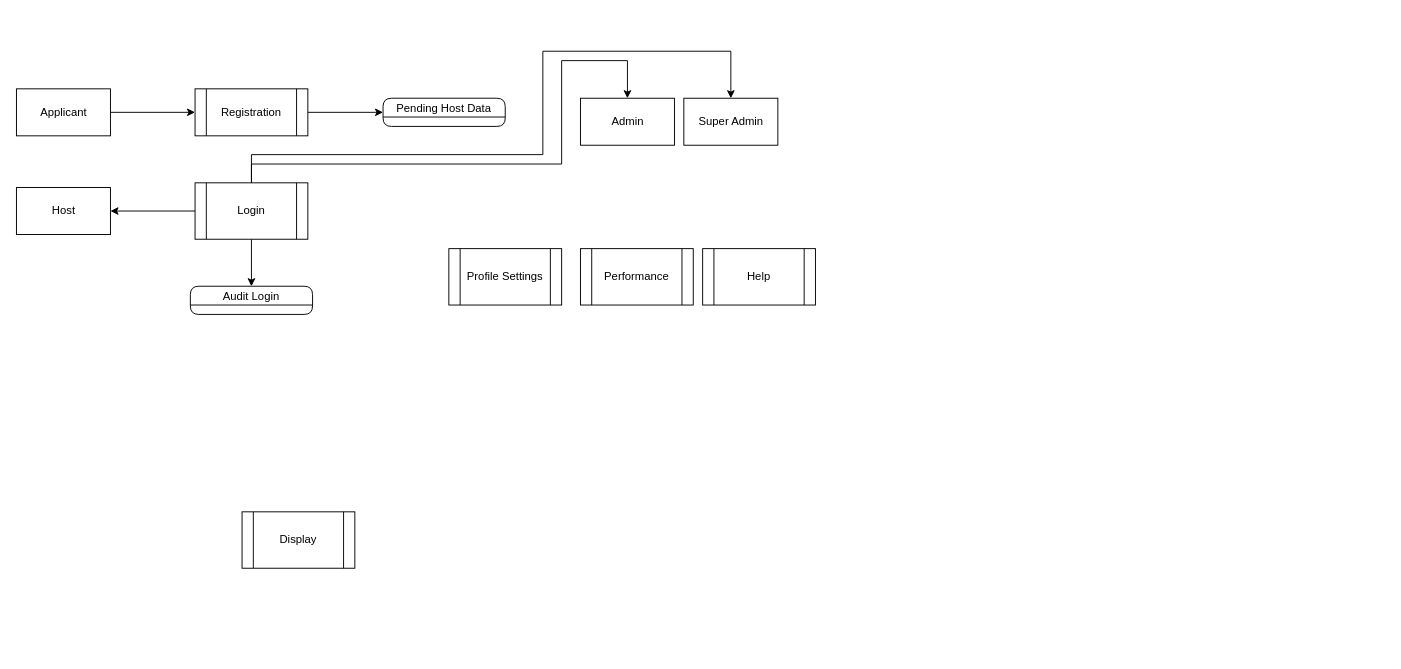
Earlier version of the draw.io diagram RevisedDiagram.drawio (kathmrcdo/tiktoknation). Source tidied: cells renumbered, new cells numbered last; positions are measured from the earlier drawing's top-left corner, leaving out a move shared by most shapes. Both pictures are drawn from the tidied source at 94%, with x=0, y=0 at pixel (16, 51).
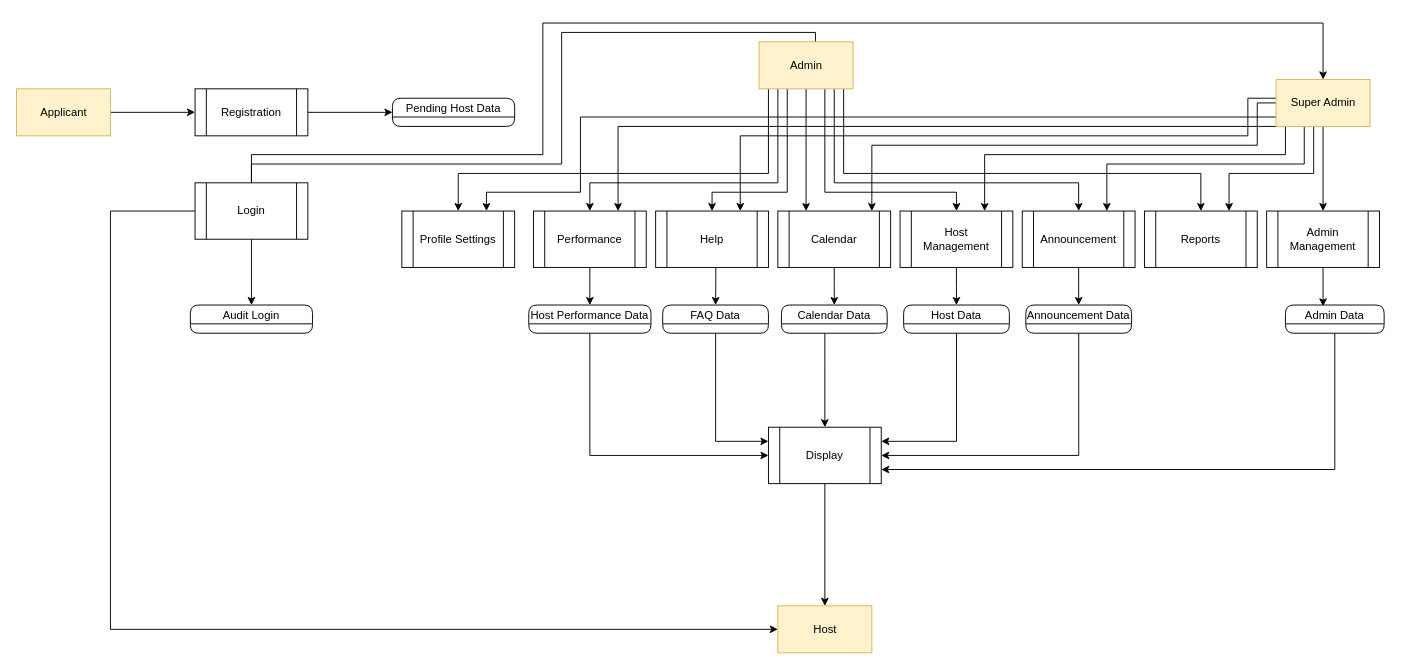
The same diagram, later.

Unchanged cells that the change refers to:
```xml
<mxCell id="4" value="Registration" style="shape=process;whiteSpace=wrap;html=1;backgroundOutline=1;" parent="1" vertex="1">
  <mxGeometry x="190" y="40" width="120" height="50" as="geometry" />
</mxCell>
<mxCell id="9" value="Login " style="shape=process;whiteSpace=wrap;html=1;backgroundOutline=1;" parent="1" vertex="1">
  <mxGeometry x="190" y="140" width="120" height="60" as="geometry" />
</mxCell>
```

The edit, as a diff of the source:
```diff
@@
+    <mxCell id="20" style="edgeStyle=orthogonalEdgeStyle;rounded=0;jettySize=auto;html=1;entryX=0.5;entryY=0;entryDx=0;entryDy=0;" parent="1" edge="1" source="2" target="15">
+      <mxGeometry relative="1" as="geometry" />
+    </mxCell>
     <mxCell id="2" value="Display" style="shape=process;whiteSpace=wrap;html=1;backgroundOutline=1;" parent="1" vertex="1">
-      <mxGeometry x="240" y="490" width="120" height="60" as="geometry" />
+      <mxGeometry x="800" y="400" width="120" height="60" as="geometry" />
     </mxCell>
-    <mxCell id="3" style="edgeStyle=orthogonalEdgeStyle;rounded=0;jettySize=auto;html=1;" parent="1" edge="1" source="4" target="10">
-      <mxGeometry relative="1" as="geometry" />
-    </mxCell>
+    <mxCell id="21" style="edgeStyle=orthogonalEdgeStyle;rounded=0;jettySize=auto;html=1;entryX=0;entryY=0.5;entryDx=0;entryDy=0;" parent="1" edge="1" source="4" target="49">
+      <mxGeometry relative="1" as="geometry" />
+    </mxCell>
@@
     <mxCell id="5" style="edgeStyle=orthogonalEdgeStyle;rounded=0;jettySize=auto;html=1;" parent="1" edge="1" source="9" target="15">
-      <mxGeometry relative="1" as="geometry" />
+      <mxGeometry relative="1" as="geometry">
+        <Array as="points">
+          <mxPoint x="100" y="170" />
+          <mxPoint x="100" y="615" />
+        </Array>
+      </mxGeometry>
     </mxCell>
@@
     <mxCell id="7" style="edgeStyle=orthogonalEdgeStyle;rounded=0;jettySize=auto;html=1;entryX=0.5;entryY=0;entryDx=0;entryDy=0;" parent="1" edge="1" source="9" target="13">
       <mxGeometry relative="1" as="geometry">
         <Array as="points">
           <mxPoint x="250" y="120" />
           <mxPoint x="580" y="120" />
-          <mxPoint x="580" y="10" />
-          <mxPoint x="650" y="10" />
+          <mxPoint x="580" y="-20" />
+          <mxPoint x="850" y="-20" />
+          <mxPoint x="850" y="20" />
         </Array>
       </mxGeometry>
     </mxCell>
     <mxCell id="8" style="edgeStyle=orthogonalEdgeStyle;rounded=0;jettySize=auto;html=1;entryX=0.5;entryY=0;entryDx=0;entryDy=0;" parent="1" edge="1" source="9" target="14">
       <mxGeometry relative="1" as="geometry">
         <Array as="points">
           <mxPoint x="250" y="110" />
           <mxPoint x="560" y="110" />
-          <mxPoint x="560" />
-          <mxPoint x="760" />
+          <mxPoint x="560" y="-30" />
+          <mxPoint x="1390" y="-30" />
         </Array>
       </mxGeometry>
     </mxCell>
@@
+    <mxCell id="22" style="edgeStyle=orthogonalEdgeStyle;rounded=0;jettySize=auto;html=1;entryX=0;entryY=0.5;entryDx=0;entryDy=0;" parent="1" edge="1" source="10" target="2">
+      <mxGeometry relative="1" as="geometry">
+        <Array as="points">
+          <mxPoint x="610" y="430" />
+        </Array>
+      </mxGeometry>
+    </mxCell>
-    <mxCell id="10" value="Pending Host Data" style="swimlane;fontStyle=0;horizontal=1;startSize=20;fillColor=#ffffff;swimlaneFillColor=#ffffff;rounded=1;" parent="1" vertex="1">
-      <mxGeometry x="390" y="50" width="130" height="30" as="geometry" />
+    <mxCell id="10" value="Host Performance Data" style="swimlane;fontStyle=0;horizontal=1;startSize=20;fillColor=#ffffff;swimlaneFillColor=#ffffff;rounded=1;" parent="1" vertex="1">
+      <mxGeometry x="545" y="270" width="130" height="30" as="geometry" />
     </mxCell>
@@
-    <mxCell id="12" value="Applicant" style="html=1;dashed=0;whitespace=wrap;rounded=0;" parent="1" vertex="1">
+    <mxCell id="12" value="Applicant" style="html=1;dashed=0;whitespace=wrap;rounded=0;fillColor=#fff2cc;strokeColor=#d6b656;" parent="1" vertex="1">
       <mxGeometry y="40" width="100" height="50" as="geometry" />
     </mxCell>
+    <mxCell id="23" style="edgeStyle=orthogonalEdgeStyle;rounded=0;jettySize=auto;html=1;" parent="1" edge="1" source="13" target="17">
+      <mxGeometry relative="1" as="geometry">
+        <Array as="points">
+          <mxPoint x="800" y="130" />
+          <mxPoint x="470" y="130" />
+        </Array>
+      </mxGeometry>
+    </mxCell>
+    <mxCell id="24" style="edgeStyle=orthogonalEdgeStyle;rounded=0;jettySize=auto;html=1;" parent="1" edge="1" source="13" target="18">
+      <mxGeometry relative="1" as="geometry">
+        <Array as="points">
+          <mxPoint x="810" y="140" />
+          <mxPoint x="610" y="140" />
+        </Array>
+      </mxGeometry>
+    </mxCell>
+    <mxCell id="25" style="edgeStyle=orthogonalEdgeStyle;rounded=0;jettySize=auto;html=1;" parent="1" edge="1" source="13" target="19">
+      <mxGeometry relative="1" as="geometry">
+        <Array as="points">
+          <mxPoint x="820" y="150" />
+          <mxPoint x="740" y="150" />
+        </Array>
+      </mxGeometry>
+    </mxCell>
+    <mxCell id="26" style="edgeStyle=orthogonalEdgeStyle;rounded=0;jettySize=auto;html=1;entryX=0.25;entryY=0;entryDx=0;entryDy=0;" parent="1" edge="1" source="13" target="41">
+      <mxGeometry relative="1" as="geometry" />
+    </mxCell>
+    <mxCell id="27" style="edgeStyle=orthogonalEdgeStyle;rounded=0;jettySize=auto;html=1;entryX=0.5;entryY=0;entryDx=0;entryDy=0;" parent="1" edge="1" source="13" target="43">
+      <mxGeometry relative="1" as="geometry">
+        <Array as="points">
+          <mxPoint x="860" y="150" />
+          <mxPoint x="1000" y="150" />
+        </Array>
+      </mxGeometry>
+    </mxCell>
+    <mxCell id="28" style="edgeStyle=orthogonalEdgeStyle;rounded=0;jettySize=auto;html=1;" parent="1" edge="1" source="13" target="45">
+      <mxGeometry relative="1" as="geometry">
+        <Array as="points">
+          <mxPoint x="870" y="140" />
+          <mxPoint x="1130" y="140" />
+        </Array>
+      </mxGeometry>
+    </mxCell>
+    <mxCell id="29" style="edgeStyle=orthogonalEdgeStyle;rounded=0;jettySize=auto;html=1;" parent="1" edge="1" source="13" target="46">
+      <mxGeometry relative="1" as="geometry">
+        <Array as="points">
+          <mxPoint x="880" y="130" />
+          <mxPoint x="1260" y="130" />
+        </Array>
+      </mxGeometry>
+    </mxCell>
-    <mxCell id="13" value="Admin" style="html=1;dashed=0;whitespace=wrap;rounded=0;" parent="1" vertex="1">
-      <mxGeometry x="600" y="50" width="100" height="50" as="geometry" />
+    <mxCell id="13" value="Admin" style="html=1;dashed=0;whitespace=wrap;rounded=0;fillColor=#fff2cc;strokeColor=#d6b656;" parent="1" vertex="1">
+      <mxGeometry x="790" y="-10" width="100" height="50" as="geometry" />
     </mxCell>
+    <mxCell id="30" style="edgeStyle=orthogonalEdgeStyle;rounded=0;jettySize=auto;html=1;entryX=0.5;entryY=0;entryDx=0;entryDy=0;" parent="1" edge="1" source="14" target="48">
+      <mxGeometry relative="1" as="geometry" />
+    </mxCell>
+    <mxCell id="31" style="edgeStyle=orthogonalEdgeStyle;rounded=0;jettySize=auto;html=1;entryX=0.75;entryY=0;entryDx=0;entryDy=0;" parent="1" edge="1" source="14" target="46">
+      <mxGeometry relative="1" as="geometry">
+        <Array as="points">
+          <mxPoint x="1380" y="130" />
+          <mxPoint x="1290" y="130" />
+        </Array>
+      </mxGeometry>
+    </mxCell>
+    <mxCell id="32" style="edgeStyle=orthogonalEdgeStyle;rounded=0;jettySize=auto;html=1;entryX=0.75;entryY=0;entryDx=0;entryDy=0;" parent="1" edge="1" source="14" target="45">
+      <mxGeometry relative="1" as="geometry">
+        <Array as="points">
+          <mxPoint x="1370" y="120" />
+          <mxPoint x="1160" y="120" />
+        </Array>
+      </mxGeometry>
+    </mxCell>
+    <mxCell id="33" style="edgeStyle=orthogonalEdgeStyle;rounded=0;jettySize=auto;html=1;entryX=0.75;entryY=0;entryDx=0;entryDy=0;" parent="1" edge="1" source="14" target="43">
+      <mxGeometry relative="1" as="geometry">
+        <Array as="points">
+          <mxPoint x="1350" y="110" />
+          <mxPoint x="1030" y="110" />
+        </Array>
+      </mxGeometry>
+    </mxCell>
+    <mxCell id="34" style="edgeStyle=orthogonalEdgeStyle;rounded=0;jettySize=auto;html=1;" parent="1" edge="1" source="14" target="41">
+      <mxGeometry relative="1" as="geometry">
+        <Array as="points">
+          <mxPoint x="1320" y="55" />
+          <mxPoint x="1320" y="100" />
+          <mxPoint x="910" y="100" />
+        </Array>
+      </mxGeometry>
+    </mxCell>
+    <mxCell id="35" style="edgeStyle=orthogonalEdgeStyle;rounded=0;jettySize=auto;html=1;entryX=0.75;entryY=0;entryDx=0;entryDy=0;" parent="1" edge="1" source="14" target="19">
+      <mxGeometry relative="1" as="geometry">
+        <Array as="points">
+          <mxPoint x="1310" y="50" />
+          <mxPoint x="1310" y="90" />
+          <mxPoint x="770" y="90" />
+        </Array>
+      </mxGeometry>
+    </mxCell>
+    <mxCell id="36" style="edgeStyle=orthogonalEdgeStyle;rounded=0;jettySize=auto;html=1;entryX=0.75;entryY=0;entryDx=0;entryDy=0;" parent="1" edge="1" source="14" target="18">
+      <mxGeometry relative="1" as="geometry">
+        <Array as="points">
+          <mxPoint x="640" y="80" />
+        </Array>
+      </mxGeometry>
+    </mxCell>
+    <mxCell id="37" style="edgeStyle=orthogonalEdgeStyle;rounded=0;jettySize=auto;html=1;entryX=0.75;entryY=0;entryDx=0;entryDy=0;" parent="1" edge="1" source="14" target="17">
+      <mxGeometry relative="1" as="geometry">
+        <Array as="points">
+          <mxPoint x="600" y="70" />
+          <mxPoint x="600" y="150" />
+          <mxPoint x="500" y="150" />
+        </Array>
+      </mxGeometry>
+    </mxCell>
-    <mxCell id="14" value="Super Admin" style="html=1;dashed=0;whitespace=wrap;rounded=0;" parent="1" vertex="1">
-      <mxGeometry x="710" y="50" width="100" height="50" as="geometry" />
+    <mxCell id="14" value="Super Admin" style="html=1;dashed=0;whitespace=wrap;rounded=0;fillColor=#fff2cc;strokeColor=#d6b656;" parent="1" vertex="1">
+      <mxGeometry x="1340" y="30" width="100" height="50" as="geometry" />
     </mxCell>
-    <mxCell id="15" value="Host" style="html=1;dashed=0;whitespace=wrap;rounded=0;" parent="1" vertex="1">
-      <mxGeometry y="145" width="100" height="50" as="geometry" />
+    <mxCell id="15" value="Host" style="html=1;dashed=0;whitespace=wrap;rounded=0;fillColor=#fff2cc;strokeColor=#d6b656;" parent="1" vertex="1">
+      <mxGeometry x="810" y="590" width="100" height="50" as="geometry" />
     </mxCell>
     <mxCell id="16" value="Audit Login" style="swimlane;fontStyle=0;horizontal=1;startSize=20;fillColor=#ffffff;swimlaneFillColor=#ffffff;rounded=1;" parent="1" vertex="1">
-      <mxGeometry x="185" y="250" width="130" height="30" as="geometry" />
+      <mxGeometry x="185" y="270" width="130" height="30" as="geometry" />
     </mxCell>
     <mxCell id="17" value="Profile Settings" style="shape=process;whiteSpace=wrap;html=1;backgroundOutline=1;" parent="1" vertex="1">
-      <mxGeometry x="460" y="210" width="120" height="60" as="geometry" />
+      <mxGeometry x="410" y="170" width="120" height="60" as="geometry" />
     </mxCell>
+    <mxCell id="38" style="edgeStyle=orthogonalEdgeStyle;rounded=0;jettySize=auto;html=1;entryX=0.5;entryY=0;entryDx=0;entryDy=0;" parent="1" edge="1" source="18" target="10">
+      <mxGeometry relative="1" as="geometry" />
+    </mxCell>
     <mxCell id="18" value="Performance" style="shape=process;whiteSpace=wrap;html=1;backgroundOutline=1;" parent="1" vertex="1">
-      <mxGeometry x="600" y="210" width="120" height="60" as="geometry" />
+      <mxGeometry x="550" y="170" width="120" height="60" as="geometry" />
     </mxCell>
+    <mxCell id="39" style="edgeStyle=orthogonalEdgeStyle;rounded=0;jettySize=auto;html=1;entryX=0.5;entryY=0;entryDx=0;entryDy=0;" parent="1" edge="1" source="19" target="57">
+      <mxGeometry relative="1" as="geometry">
+        <Array as="points">
+          <mxPoint x="744" y="250" />
+          <mxPoint x="744" y="250" />
+        </Array>
+      </mxGeometry>
+    </mxCell>
     <mxCell id="19" value="Help" style="shape=process;whiteSpace=wrap;html=1;backgroundOutline=1;" parent="1" vertex="1">
-      <mxGeometry x="730" y="210" width="120" height="60" as="geometry" />
+      <mxGeometry x="680" y="170" width="120" height="60" as="geometry" />
     </mxCell>
+    <mxCell id="40" style="edgeStyle=orthogonalEdgeStyle;rounded=0;jettySize=auto;html=1;entryX=0.5;entryY=0;entryDx=0;entryDy=0;" parent="1" edge="1" source="41" target="59">
+      <mxGeometry relative="1" as="geometry" />
+    </mxCell>
+    <mxCell id="41" value="Calendar" style="shape=process;whiteSpace=wrap;html=1;backgroundOutline=1;" parent="1" vertex="1">
+      <mxGeometry x="810" y="170" width="120" height="60" as="geometry" />
+    </mxCell>
+    <mxCell id="42" style="edgeStyle=orthogonalEdgeStyle;rounded=0;jettySize=auto;html=1;entryX=0.5;entryY=0;entryDx=0;entryDy=0;" parent="1" edge="1" source="43" target="55">
+      <mxGeometry relative="1" as="geometry" />
+    </mxCell>
+    <mxCell id="43" value="Host Management" style="shape=process;whiteSpace=wrap;html=1;backgroundOutline=1;" parent="1" vertex="1">
+      <mxGeometry x="940" y="170" width="120" height="60" as="geometry" />
+    </mxCell>
+    <mxCell id="44" style="edgeStyle=orthogonalEdgeStyle;rounded=0;jettySize=auto;html=1;entryX=0.5;entryY=0;entryDx=0;entryDy=0;" parent="1" edge="1" source="45" target="53">
+      <mxGeometry relative="1" as="geometry" />
+    </mxCell>
+    <mxCell id="45" value="Announcement" style="shape=process;whiteSpace=wrap;html=1;backgroundOutline=1;" parent="1" vertex="1">
+      <mxGeometry x="1070" y="170" width="120" height="60" as="geometry" />
+    </mxCell>
+    <mxCell id="46" value="Reports" style="shape=process;whiteSpace=wrap;html=1;backgroundOutline=1;" parent="1" vertex="1">
+      <mxGeometry x="1200" y="170" width="120" height="60" as="geometry" />
+    </mxCell>
+    <mxCell id="47" style="edgeStyle=orthogonalEdgeStyle;rounded=0;jettySize=auto;html=1;entryX=0.381;entryY=0.047;entryDx=0;entryDy=0;entryPerimeter=0;" parent="1" edge="1" source="48" target="51">
+      <mxGeometry relative="1" as="geometry" />
+    </mxCell>
+    <mxCell id="48" value="Admin Management" style="shape=process;whiteSpace=wrap;html=1;backgroundOutline=1;" parent="1" vertex="1">
+      <mxGeometry x="1330" y="170" width="120" height="60" as="geometry" />
+    </mxCell>
+    <mxCell id="49" value="Pending Host Data" style="swimlane;fontStyle=0;horizontal=1;startSize=20;fillColor=#ffffff;swimlaneFillColor=#ffffff;rounded=1;" parent="1" vertex="1">
+      <mxGeometry x="400" y="50" width="130" height="30" as="geometry" />
+    </mxCell>
+    <mxCell id="50" style="edgeStyle=orthogonalEdgeStyle;rounded=0;jettySize=auto;html=1;entryX=1;entryY=0.75;entryDx=0;entryDy=0;" parent="1" edge="1" source="51" target="2">
+      <mxGeometry relative="1" as="geometry">
+        <Array as="points">
+          <mxPoint x="1403" y="445" />
+        </Array>
+      </mxGeometry>
+    </mxCell>
+    <mxCell id="51" value="Admin Data" style="swimlane;fontStyle=0;horizontal=1;startSize=20;fillColor=#ffffff;swimlaneFillColor=#ffffff;rounded=1;" parent="1" vertex="1">
+      <mxGeometry x="1350" y="270" width="105" height="30" as="geometry" />
+    </mxCell>
+    <mxCell id="52" style="edgeStyle=orthogonalEdgeStyle;rounded=0;jettySize=auto;html=1;entryX=1;entryY=0.5;entryDx=0;entryDy=0;" parent="1" edge="1" source="53" target="2">
+      <mxGeometry relative="1" as="geometry">
+        <Array as="points">
+          <mxPoint x="1130" y="430" />
+        </Array>
+      </mxGeometry>
+    </mxCell>
+    <mxCell id="53" value="Announcement Data" style="swimlane;fontStyle=0;horizontal=1;startSize=20;fillColor=#ffffff;swimlaneFillColor=#ffffff;rounded=1;" parent="1" vertex="1">
+      <mxGeometry x="1073.8" y="270" width="112.5" height="30" as="geometry" />
+    </mxCell>
+    <mxCell id="54" style="edgeStyle=orthogonalEdgeStyle;rounded=0;jettySize=auto;html=1;entryX=1;entryY=0.25;entryDx=0;entryDy=0;" parent="1" edge="1" source="55" target="2">
+      <mxGeometry relative="1" as="geometry">
+        <Array as="points">
+          <mxPoint x="1000" y="415" />
+        </Array>
+      </mxGeometry>
+    </mxCell>
+    <mxCell id="55" value="Host Data" style="swimlane;fontStyle=0;horizontal=1;startSize=20;fillColor=#ffffff;swimlaneFillColor=#ffffff;rounded=1;" parent="1" vertex="1">
+      <mxGeometry x="943.8" y="270" width="112.5" height="30" as="geometry" />
+    </mxCell>
+    <mxCell id="56" style="edgeStyle=orthogonalEdgeStyle;rounded=0;jettySize=auto;html=1;entryX=0;entryY=0.25;entryDx=0;entryDy=0;" parent="1" edge="1" source="57" target="2">
+      <mxGeometry relative="1" as="geometry" />
+    </mxCell>
+    <mxCell id="57" value="FAQ Data" style="swimlane;fontStyle=0;horizontal=1;startSize=20;fillColor=#ffffff;swimlaneFillColor=#ffffff;rounded=1;" parent="1" vertex="1">
+      <mxGeometry x="687.5" y="270" width="112.5" height="30" as="geometry" />
+    </mxCell>
+    <mxCell id="58" style="edgeStyle=orthogonalEdgeStyle;rounded=0;jettySize=auto;html=1;" parent="1" edge="1" source="59" target="2">
+      <mxGeometry relative="1" as="geometry">
+        <Array as="points">
+          <mxPoint x="860" y="330" />
+          <mxPoint x="860" y="330" />
+        </Array>
+      </mxGeometry>
+    </mxCell>
+    <mxCell id="59" value="Calendar Data" style="swimlane;fontStyle=0;horizontal=1;startSize=20;fillColor=#ffffff;swimlaneFillColor=#ffffff;rounded=1;" parent="1" vertex="1">
+      <mxGeometry x="813.8" y="270" width="112.5" height="30" as="geometry" />
+    </mxCell>
```
